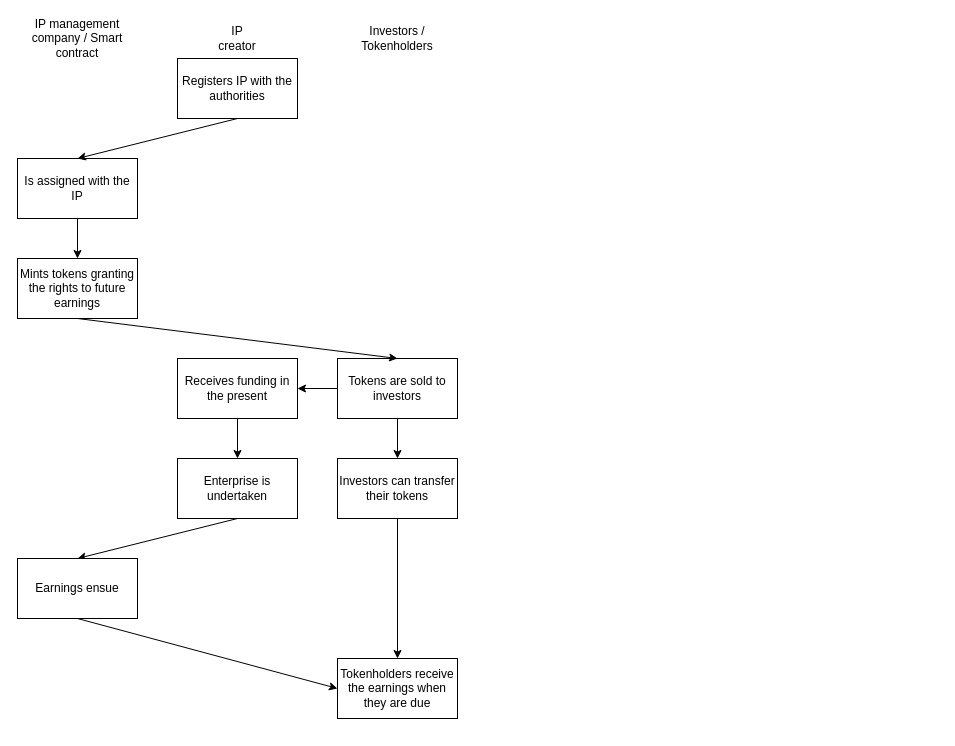
Earlier version of the draw.io diagram Enterprise blockchains.drawio (juan22xT/TEA). Source tidied: cells renumbered, new cells numbered last; positions are measured from the earlier drawing's top-left corner, leaving out a move shared by most shapes. Both pictures are drawn from the tidied source at 100%, with x=0, y=0 at pixel (17, 28).
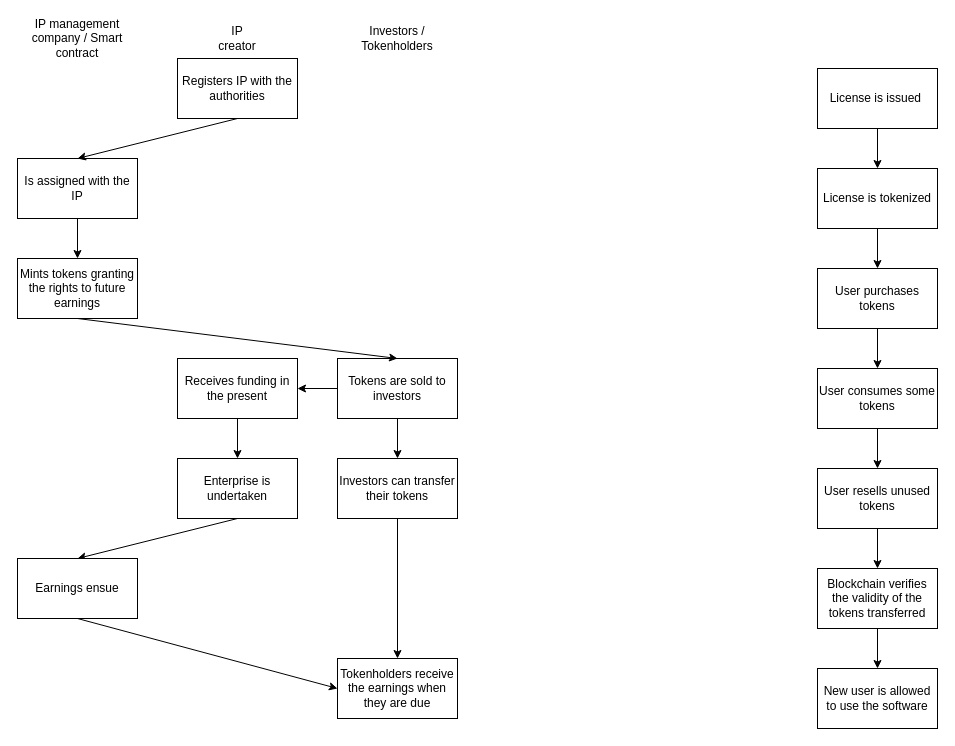
After the change.

Diff of the diagram source:
```diff
@@
+    <mxCell id="23" style="edgeStyle=orthogonalEdgeStyle;rounded=0;jettySize=auto;html=1;" parent="1" edge="1" source="24" target="26">
+      <mxGeometry relative="1" as="geometry" />
+    </mxCell>
+    <mxCell id="24" value="License is issued&amp;nbsp;" style="rounded=0;whiteSpace=wrap;html=1;" parent="1" vertex="1">
+      <mxGeometry x="800" y="40" width="120" height="60" as="geometry" />
+    </mxCell>
+    <mxCell id="25" style="edgeStyle=orthogonalEdgeStyle;rounded=0;jettySize=auto;html=1;" parent="1" edge="1" source="26" target="28">
+      <mxGeometry relative="1" as="geometry" />
+    </mxCell>
+    <mxCell id="26" value="License is tokenized" style="rounded=0;whiteSpace=wrap;html=1;" parent="1" vertex="1">
+      <mxGeometry x="800" y="140" width="120" height="60" as="geometry" />
+    </mxCell>
+    <mxCell id="27" style="edgeStyle=orthogonalEdgeStyle;rounded=0;jettySize=auto;html=1;" parent="1" edge="1" source="28" target="29">
+      <mxGeometry relative="1" as="geometry" />
+    </mxCell>
+    <mxCell id="28" value="User purchases tokens" style="rounded=0;whiteSpace=wrap;html=1;" parent="1" vertex="1">
+      <mxGeometry x="800" y="240" width="120" height="60" as="geometry" />
+    </mxCell>
+    <mxCell id="29" value="User consumes some tokens" style="rounded=0;whiteSpace=wrap;html=1;" parent="1" vertex="1">
+      <mxGeometry x="800" y="340" width="120" height="60" as="geometry" />
+    </mxCell>
+    <mxCell id="30" style="edgeStyle=orthogonalEdgeStyle;rounded=0;jettySize=auto;html=1;" parent="1" edge="1" source="31" target="34">
+      <mxGeometry relative="1" as="geometry" />
+    </mxCell>
+    <mxCell id="31" value="User resells unused tokens" style="rounded=0;whiteSpace=wrap;html=1;" parent="1" vertex="1">
+      <mxGeometry x="800" y="440" width="120" height="60" as="geometry" />
+    </mxCell>
+    <mxCell id="32" style="endArrow=classic;html=1;" parent="1" edge="1" source="29" target="31">
+      <mxGeometry relative="1" as="geometry" />
+    </mxCell>
+    <mxCell id="33" style="edgeStyle=orthogonalEdgeStyle;rounded=0;jettySize=auto;html=1;" parent="1" edge="1" source="34" target="35">
+      <mxGeometry relative="1" as="geometry" />
+    </mxCell>
+    <mxCell id="34" value="Blockchain verifies the validity of the tokens transferred" style="rounded=0;whiteSpace=wrap;html=1;" parent="1" vertex="1">
+      <mxGeometry x="800" y="540" width="120" height="60" as="geometry" />
+    </mxCell>
+    <mxCell id="35" value="New user is allowed to use the software" style="rounded=0;whiteSpace=wrap;html=1;" parent="1" vertex="1">
+      <mxGeometry x="800" y="640" width="120" height="60" as="geometry" />
+    </mxCell>
```
